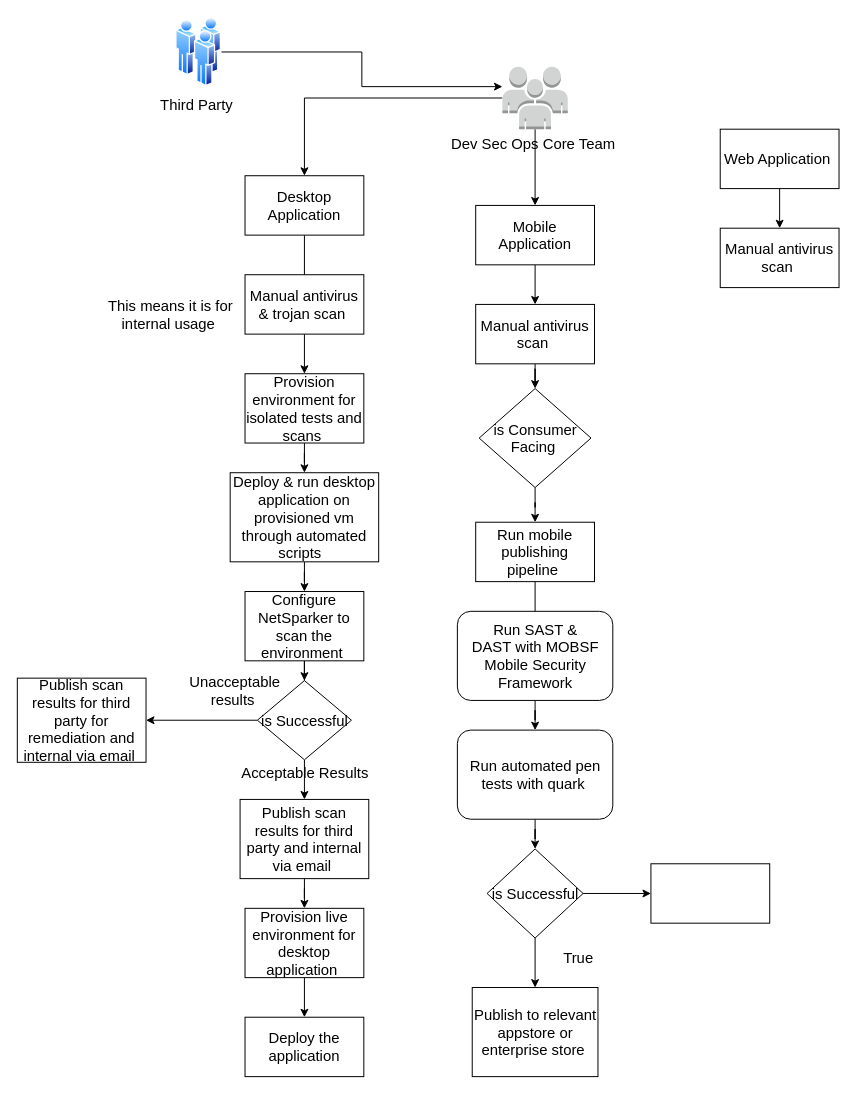
This is page "External process" (3 of 3) of icurity.drawio from tyger-rareatom/consulting-architectures, a draw.io file, before an edit. Source tidied: cells renumbered, new cells numbered last; positions are measured from the earlier drawing's top-left corner, leaving out a move shared by most shapes. Both pictures are drawn from the tidied source at 99%, with x=0, y=0 at pixel (17, 17).
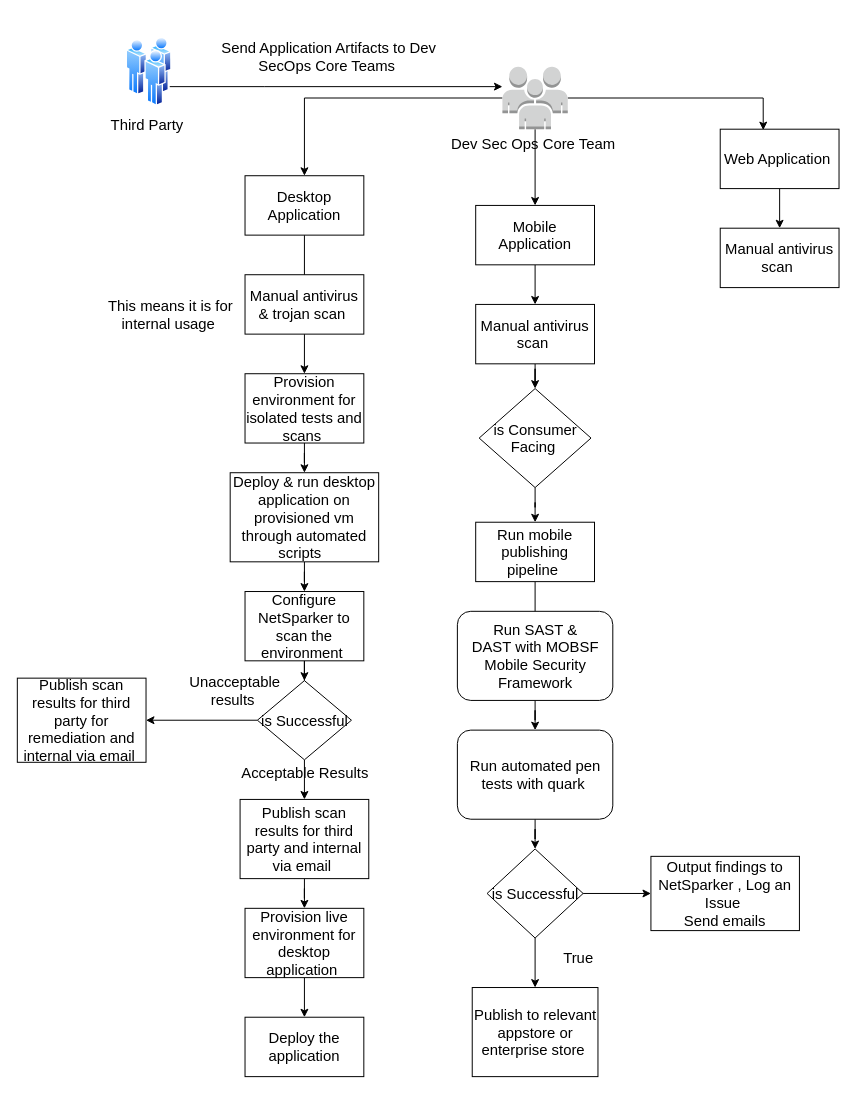
The same diagram, later.

Commit message:
Dev sec ops for externals

The change refers to these unchanged cells:
```xml
<mxCell id="6" value="Dev Sec Ops Core Team&amp;nbsp;" style="outlineConnect=0;dashed=0;verticalLabelPosition=bottom;verticalAlign=top;align=center;html=1;shape=mxgraph.aws3.users;fillColor=#D2D3D3;gradientColor=none;fontSize=15;" parent="1" vertex="1">
  <mxGeometry x="490" y="50" width="66" height="63" as="geometry" />
</mxCell>
<mxCell id="12" value="Web Application&amp;nbsp;" style="rounded=0;whiteSpace=wrap;html=1;fontSize=15;" parent="1" vertex="1">
  <mxGeometry x="710" y="113" width="120" height="60" as="geometry" />
</mxCell>
```

What changed in the source:
```diff
@@
     <mxCell id="2" style="edgeStyle=orthogonalEdgeStyle;rounded=0;jettySize=auto;html=1;fontSize=15;" parent="1" edge="1" source="3" target="6">
       <mxGeometry relative="1" as="geometry">
         <Array as="points">
-          <mxPoint x="348" y="35" />
-          <mxPoint x="348" y="70" />
+          <mxPoint x="250" y="70" />
+          <mxPoint x="250" y="70" />
         </Array>
       </mxGeometry>
     </mxCell>
     <mxCell id="3" value="Third Party&amp;nbsp;" style="perimeter=ellipsePerimeter;html=1;align=center;shadow=0;dashed=0;spacingTop=3;image;image=img/lib/active_directory/users.svg;fontSize=15;" parent="1" vertex="1">
-      <mxGeometry x="160" width="46.2" height="70" as="geometry" />
+      <mxGeometry x="110" y="20" width="46.2" height="70" as="geometry" />
     </mxCell>
@@
+    <mxCell id="50" style="edgeStyle=orthogonalEdgeStyle;rounded=0;jettySize=auto;html=1;entryX=0.362;entryY=0.015;entryDx=0;entryDy=0;entryPerimeter=0;fontSize=15;" parent="1" edge="1" source="6" target="12">
+      <mxGeometry relative="1" as="geometry" />
+    </mxCell>
@@
-    <mxCell id="49" style="rounded=0;whiteSpace=wrap;html=1;fontSize=15;" parent="1" vertex="1">
-      <mxGeometry x="640" y="855" width="120" height="60" as="geometry" />
+    <mxCell id="49" value="Output findings to NetSparker , Log an Issue&amp;nbsp;&lt;br&gt;Send emails" style="rounded=0;whiteSpace=wrap;html=1;fontSize=15;" parent="1" vertex="1">
+      <mxGeometry x="640" y="847.5" width="150" height="75" as="geometry" />
     </mxCell>
+    <mxCell id="51" value="Send Application Artifacts to Dev SecOps Core Teams&amp;nbsp;" style="text;html=1;strokeColor=none;fillColor=none;align=center;verticalAlign=middle;whiteSpace=wrap;rounded=0;fontSize=15;" parent="1" vertex="1">
+      <mxGeometry x="184.5" y="30" width="260" height="20" as="geometry" />
+    </mxCell>
```
